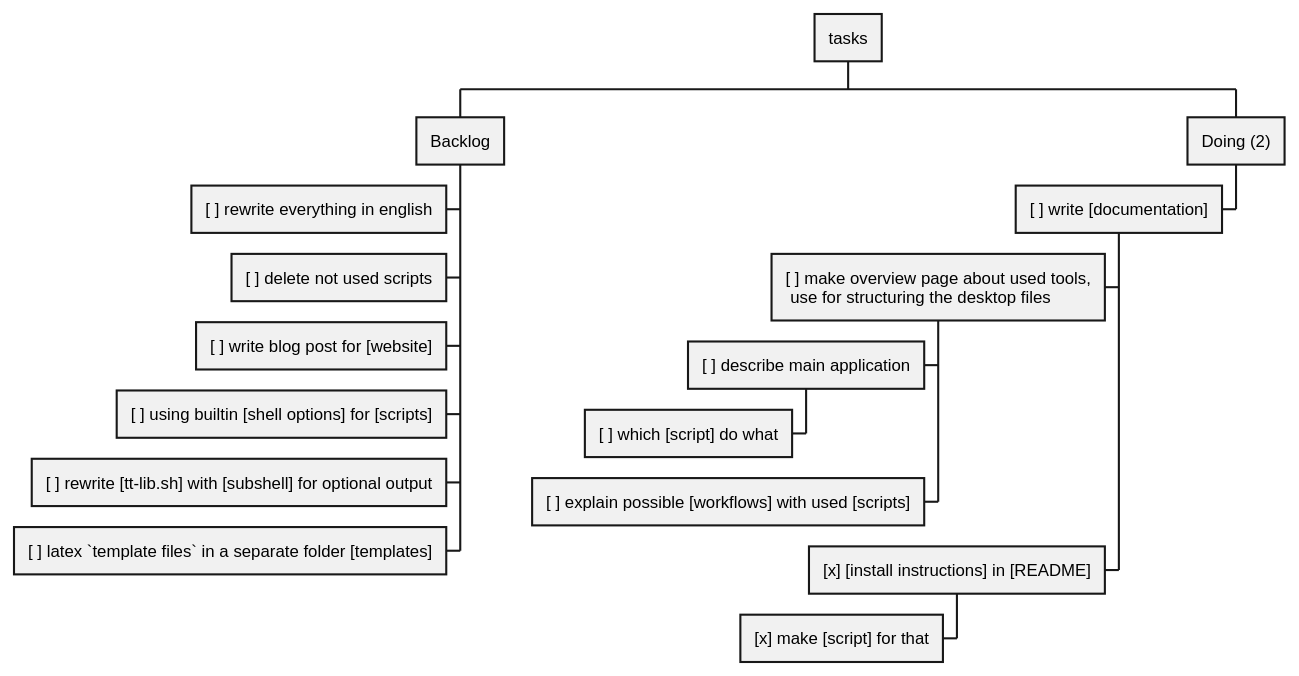
Above: CHANGELOG-JOURNAL/kanboard.svg in christiang7/ToText (PlantUML), before the change.
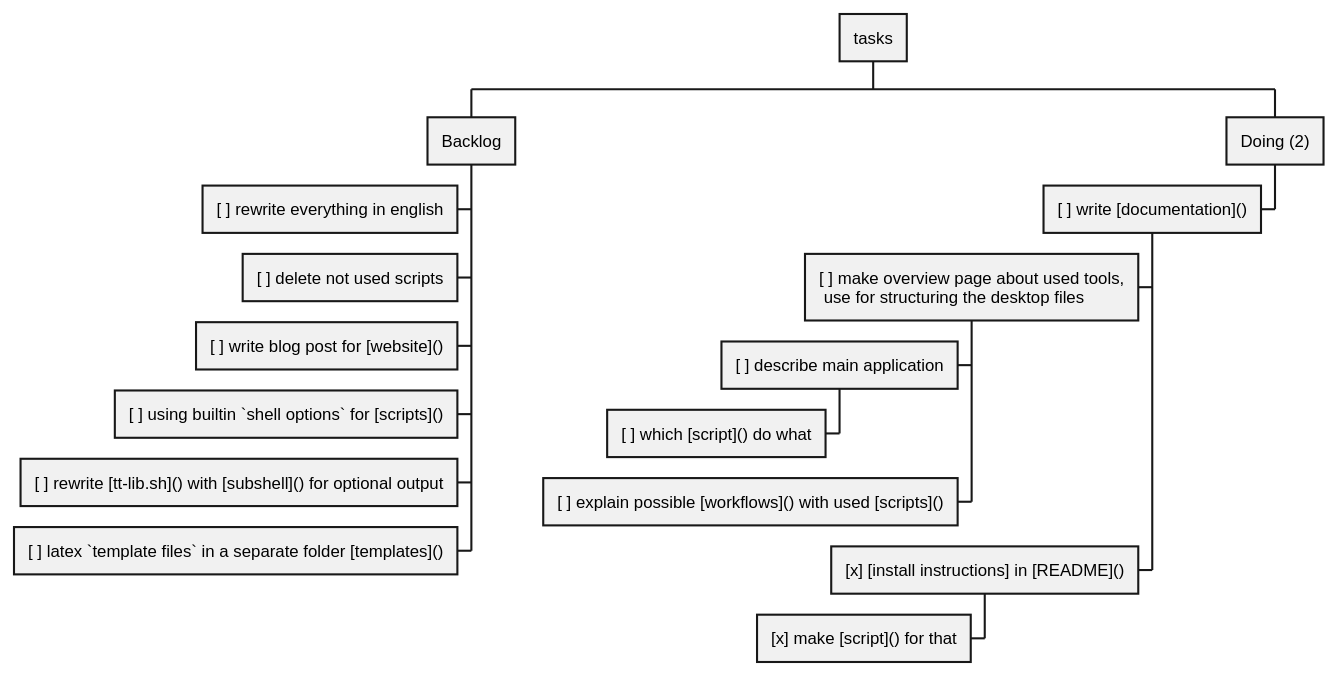
The same diagram one commit later.

Diff of the diagram source:
```diff
@@ -3,16 +3,16 @@
  + Backlog
   - [ ] rewrite everything in english
   - [ ] delete not used scripts
-  - [ ] write blog post for [website]
-  - [ ] using builtin [shell options] for [scripts]
-  - [ ] rewrite [tt-lib.sh] with [subshell] for optional output
-  - [ ] latex `template files` in a separate folder [templates]
+  - [ ] write blog post for [website]()
+  - [ ] using builtin `shell options` for [scripts]()
+  - [ ] rewrite [tt-lib.sh]() with [subshell]() for optional output
+  - [ ] latex `template files` in a separate folder [templates]()
  + Doing (2)
-  - [ ] write [documentation]
+  - [ ] write [documentation]()
    - [ ] make overview page about used tools,\n use for structuring the desktop files
     - [ ] describe main application
-     - [ ] which [script] do what
-    - [ ] explain possible [workflows] with used [scripts]
-   - [x] [install instructions] in [README]
-    - [x] make [script] for that
+     - [ ] which [script]() do what
+    - [ ] explain possible [workflows]() with used [scripts]()
+   - [x] [install instructions] in [README]()
+    - [x] make [script]() for that
 @endwbs
```
